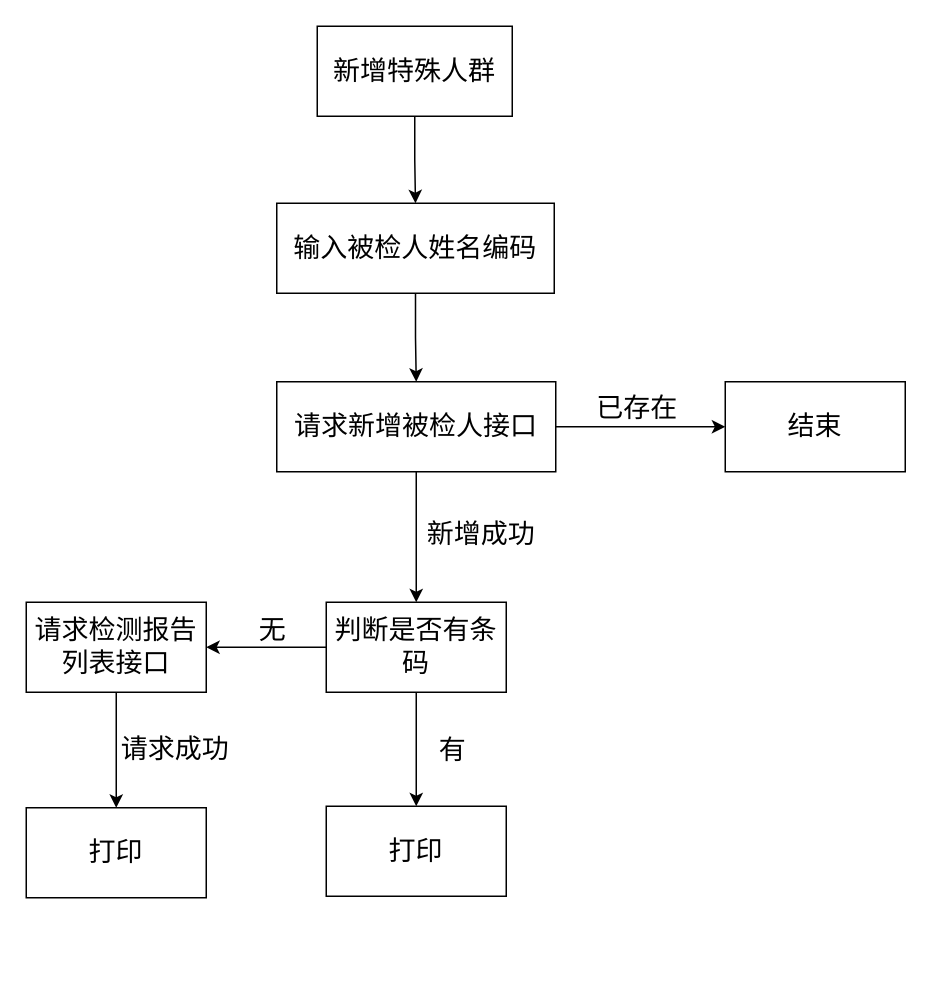
Earlier version of the draw.io diagram page "新增特殊人群" (2 of 6) of 广纳达康吸毒检测管理APP软件结构图.drawio (lliecho/test). Source tidied: cells renumbered, new cells numbered last; positions are measured from the earlier drawing's top-left corner, leaving out a move shared by most shapes. Both pictures are drawn from the tidied source at 150%, with x=0, y=0 at pixel (26, 26).
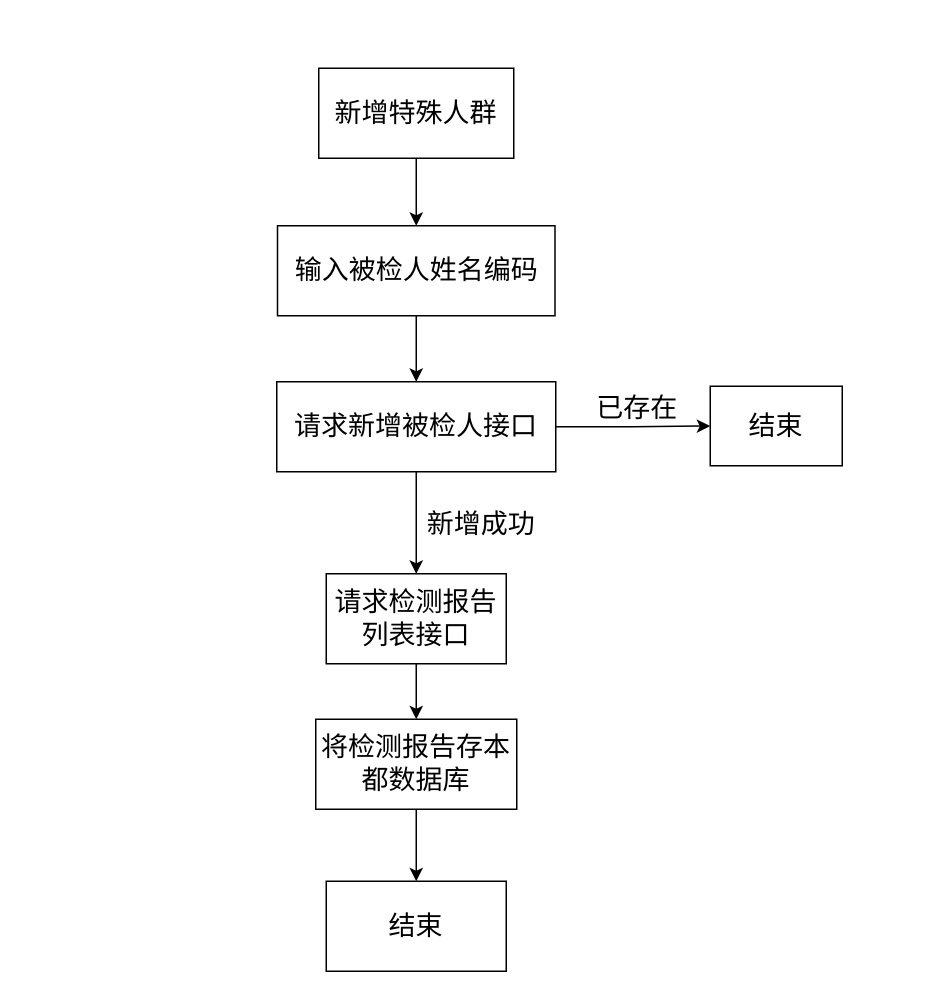
After the change.

Unchanged cells that the change refers to:
```xml
<mxCell id="8" value="请求新增被检人接口" style="whiteSpace=wrap;html=1;fontSize=18;rounded=0;" parent="1" vertex="1">
  <mxGeometry x="167" y="237" width="186" height="60" as="geometry" />
</mxCell>
```

Diff of the diagram source:
```diff
@@
     <mxCell id="3" value="&lt;font style=&quot;font-size: 18px;&quot;&gt;新增特殊人群&lt;/font&gt;" style="rounded=0;whiteSpace=wrap;html=1;" parent="1" vertex="1">
-      <mxGeometry x="194" width="130" height="60" as="geometry" />
+      <mxGeometry x="195" y="28" width="130" height="60" as="geometry" />
     </mxCell>
@@
     <mxCell id="5" value="&lt;font style=&quot;font-size: 18px;&quot;&gt;输入被检人姓名编码&lt;/font&gt;" style="whiteSpace=wrap;html=1;rounded=0;" parent="1" vertex="1">
-      <mxGeometry x="167" y="118" width="185" height="60" as="geometry" />
+      <mxGeometry x="167.5" y="133" width="185" height="60" as="geometry" />
     </mxCell>
-    <mxCell id="6" style="edgeStyle=orthogonalEdgeStyle;rounded=0;jettySize=auto;html=1;fontSize=18;" parent="1" edge="1" source="8" target="11">
-      <mxGeometry relative="1" as="geometry" />
-    </mxCell>
-    <mxCell id="7" style="edgeStyle=orthogonalEdgeStyle;rounded=0;jettySize=auto;html=1;fontSize=18;" parent="1" edge="1" source="8" target="13">
-      <mxGeometry relative="1" as="geometry" />
-    </mxCell>
+    <mxCell id="22" style="edgeStyle=orthogonalEdgeStyle;rounded=0;jettySize=auto;html=1;fontSize=18;" parent="1" edge="1" source="8" target="18">
+      <mxGeometry relative="1" as="geometry" />
+    </mxCell>
+    <mxCell id="23" style="edgeStyle=orthogonalEdgeStyle;rounded=0;jettySize=auto;html=1;fontSize=18;" parent="1" edge="1" source="8" target="25">
+      <mxGeometry relative="1" as="geometry" />
+    </mxCell>
@@
-    <mxCell id="9" style="edgeStyle=orthogonalEdgeStyle;rounded=0;jettySize=auto;html=1;fontSize=18;" parent="1" edge="1" source="11" target="15">
-      <mxGeometry relative="1" as="geometry" />
-    </mxCell>
-    <mxCell id="10" style="edgeStyle=orthogonalEdgeStyle;rounded=0;jettySize=auto;html=1;fontSize=18;" parent="1" edge="1" source="11" target="18">
-      <mxGeometry relative="1" as="geometry" />
-    </mxCell>
-    <mxCell id="11" value="判断是否有条码" style="whiteSpace=wrap;html=1;fontSize=18;rounded=0;" parent="1" vertex="1">
-      <mxGeometry x="200" y="384" width="120" height="60" as="geometry" />
-    </mxCell>
+    <mxCell id="24" style="edgeStyle=orthogonalEdgeStyle;rounded=0;jettySize=auto;html=1;fontSize=18;" parent="1" edge="1" source="18" target="27">
+      <mxGeometry relative="1" as="geometry" />
+    </mxCell>
+    <mxCell id="18" value="请求检测报告列表接口" style="whiteSpace=wrap;html=1;fontSize=18;rounded=0;" parent="1" vertex="1">
+      <mxGeometry x="200" y="365" width="120" height="60" as="geometry" />
+    </mxCell>
     <mxCell id="12" value="新增成功" style="text;html=1;align=center;verticalAlign=middle;strokeColor=none;fillColor=none;fontSize=18;" parent="1" vertex="1">
-      <mxGeometry x="253" y="319" width="100" height="40" as="geometry" />
+      <mxGeometry x="253" y="312" width="100" height="40" as="geometry" />
     </mxCell>
-    <mxCell id="13" value="结束" style="whiteSpace=wrap;html=1;fontSize=18;rounded=0;" parent="1" vertex="1">
-      <mxGeometry x="466" y="237" width="120" height="60" as="geometry" />
-    </mxCell>
+    <mxCell id="25" value="结束" style="whiteSpace=wrap;html=1;fontSize=18;rounded=0;" parent="1" vertex="1">
+      <mxGeometry x="456" y="240" width="88" height="53" as="geometry" />
+    </mxCell>
@@
-    <mxCell id="15" value="打印" style="whiteSpace=wrap;html=1;fontSize=18;rounded=0;" parent="1" vertex="1">
-      <mxGeometry x="200" y="520" width="120" height="60" as="geometry" />
-    </mxCell>
-    <mxCell id="16" value="有" style="text;html=1;align=center;verticalAlign=middle;strokeColor=none;fillColor=none;fontSize=18;" parent="1" vertex="1">
-      <mxGeometry x="264" y="463" width="40" height="40" as="geometry" />
-    </mxCell>
-    <mxCell id="17" style="edgeStyle=orthogonalEdgeStyle;rounded=0;jettySize=auto;html=1;fontSize=18;" parent="1" edge="1" source="18" target="19">
-      <mxGeometry relative="1" as="geometry" />
-    </mxCell>
-    <mxCell id="18" value="请求检测报告列表接口" style="whiteSpace=wrap;html=1;fontSize=18;rounded=0;" parent="1" vertex="1">
-      <mxGeometry y="384" width="120" height="60" as="geometry" />
-    </mxCell>
-    <mxCell id="19" value="打印" style="whiteSpace=wrap;html=1;fontSize=18;rounded=0;" parent="1" vertex="1">
-      <mxGeometry y="521" width="120" height="60" as="geometry" />
-    </mxCell>
-    <mxCell id="20" value="无" style="text;html=1;align=center;verticalAlign=middle;strokeColor=none;fillColor=none;fontSize=18;" parent="1" vertex="1">
-      <mxGeometry x="144" y="383" width="40" height="40" as="geometry" />
-    </mxCell>
-    <mxCell id="21" value="请求成功" style="text;html=1;align=center;verticalAlign=middle;strokeColor=none;fillColor=none;fontSize=18;" parent="1" vertex="1">
-      <mxGeometry x="49" y="462" width="100" height="40" as="geometry" />
-    </mxCell>
+    <mxCell id="26" style="edgeStyle=orthogonalEdgeStyle;rounded=0;jettySize=auto;html=1;" parent="1" edge="1" source="27" target="28">
+      <mxGeometry relative="1" as="geometry" />
+    </mxCell>
+    <mxCell id="27" value="将检测报告存本都数据库" style="whiteSpace=wrap;html=1;fontSize=18;rounded=0;" parent="1" vertex="1">
+      <mxGeometry x="193" y="462" width="134" height="60" as="geometry" />
+    </mxCell>
+    <mxCell id="28" value="结束" style="whiteSpace=wrap;html=1;fontSize=18;rounded=0;" parent="1" vertex="1">
+      <mxGeometry x="200" y="570" width="120" height="60" as="geometry" />
+    </mxCell>
```
